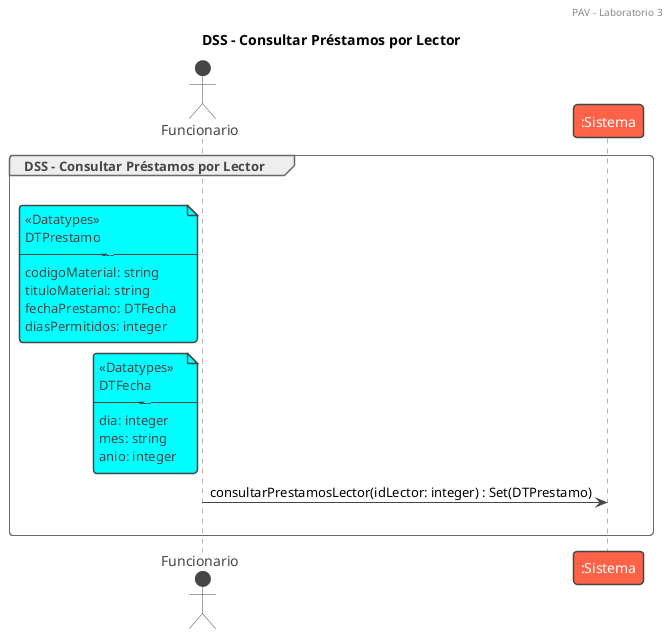
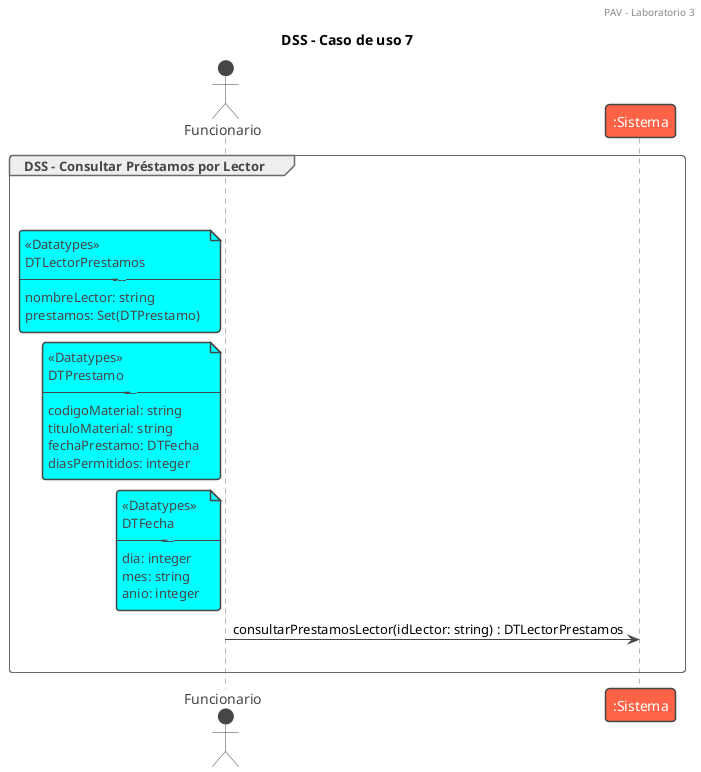
@startuml consultarPrestamoLector

/' El caso de uso comienza cuando un funcionario desea consultar los préstamos
realizados por un lector. El sistema solicita el identificador del lector y, una vez
ingresado, muestra su nombre junto con la lista de préstamos asociados. Para
cada préstamo, el sistema muestra el código y el título del material, la fecha del
préstamo y la cantidad de días permitidos para la devolución '/

!theme vibrant
header PAV - Laboratorio 3

- title DSS - Consultar Préstamos por Lector
+ title DSS - Caso de uso 7

group DSS - Consultar Préstamos por Lector
|||
actor Funcionario
+ |||

+ note left of Funcionario #aqua
+ <<Datatypes>>
+ DTLectorPrestamos
+ -----------
+ nombreLector: string
+ prestamos: Set(DTPrestamo)
+ end note

note left of Funcionario #aqua
<<Datatypes>>
DTPrestamo
-----------
codigoMaterial: string
tituloMaterial: string
fechaPrestamo: DTFecha
diasPermitidos: integer
end note

note left of Funcionario #aqua
<<Datatypes>>
DTFecha
-----------
dia: integer
mes: string
anio: integer
end note

- Funcionario -> ":Sistema" : consultarPrestamosLector(idLector: integer) : Set(DTPrestamo)
+ Funcionario -> ":Sistema" : consultarPrestamosLector(idLector: string) : DTLectorPrestamos
|||

end
@enduml